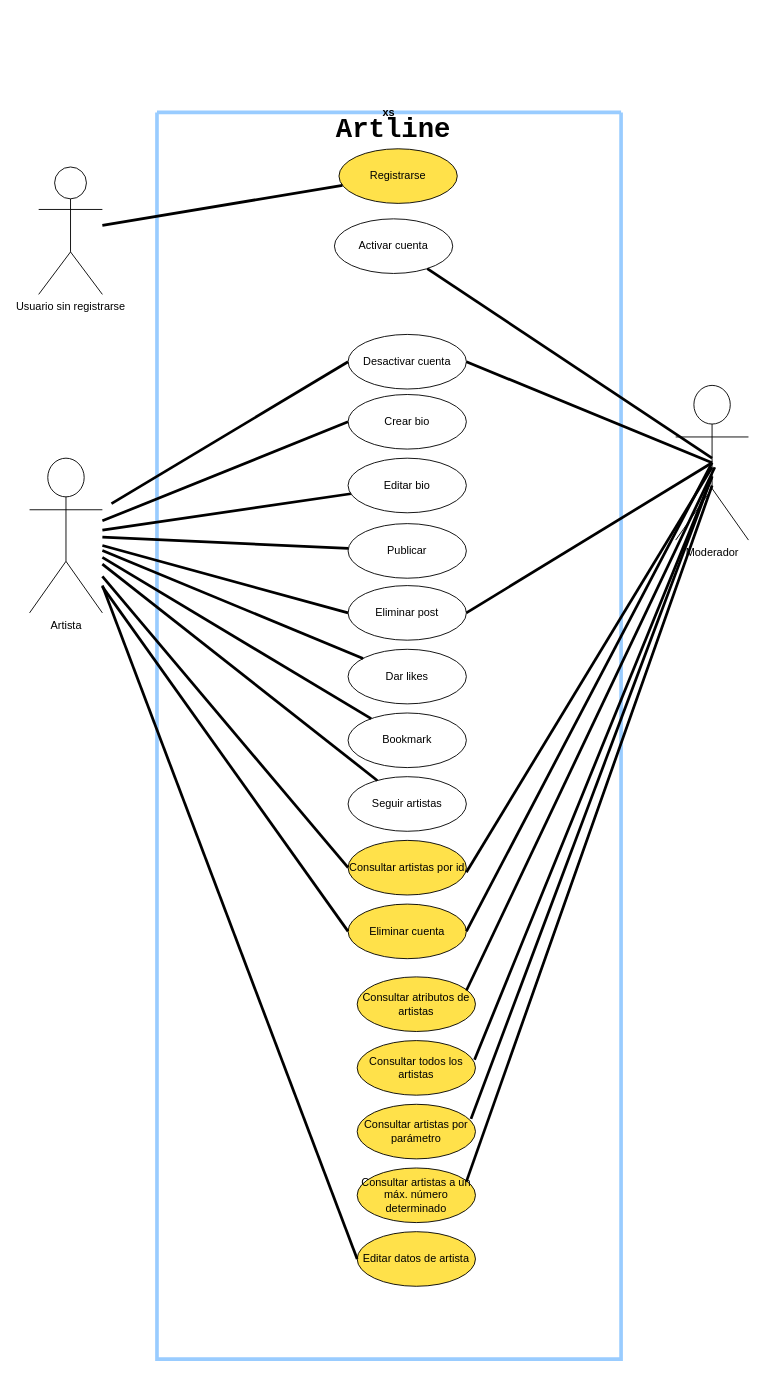
Earlier version of the draw.io diagram Casos_de_Uso.drawio (luismtapia/Artline-API). Source tidied: cells renumbered, new cells numbered last; positions are measured from the earlier drawing's top-left corner, leaving out a move shared by most shapes. Both pictures are drawn from the tidied source at 91%, with x=0, y=0 at pixel (29, 112).
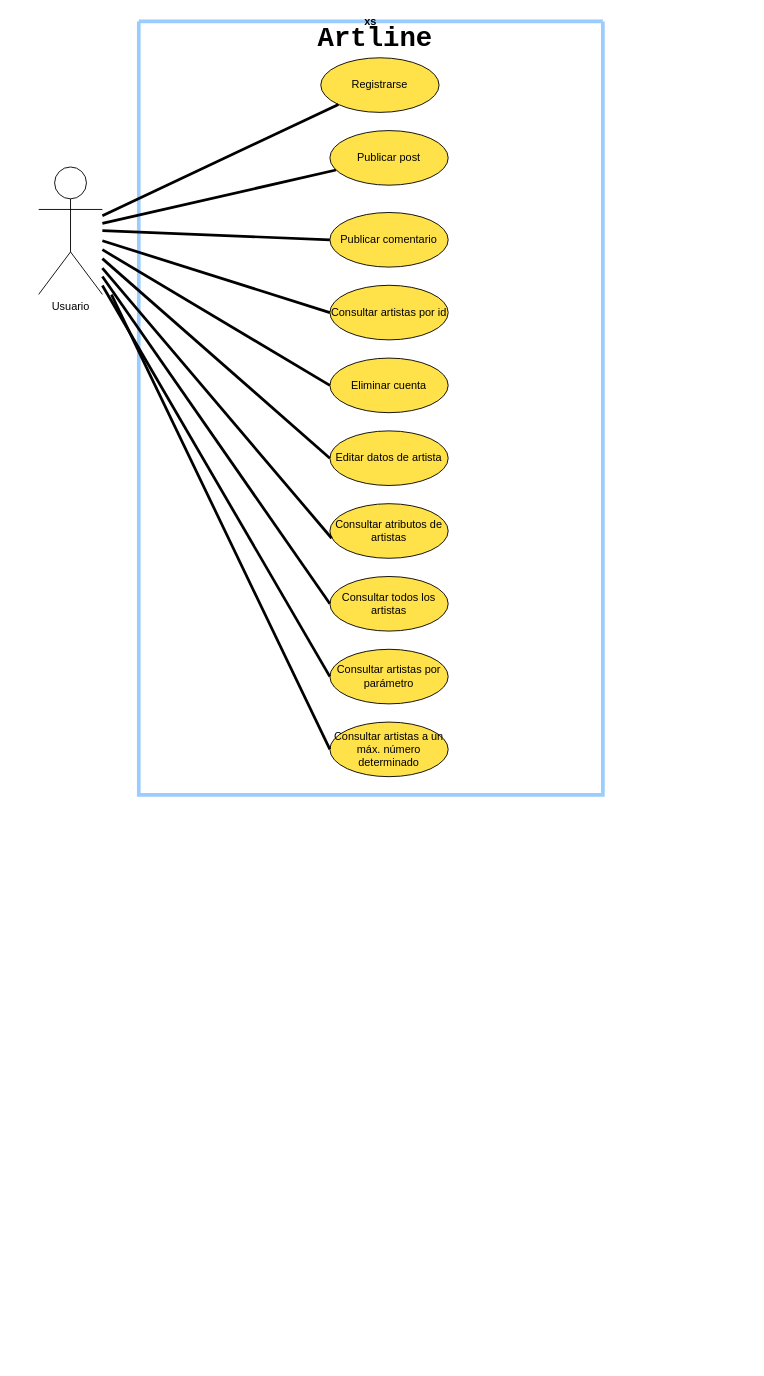
The same diagram, later.

Commit message:
Actualización de caso de uso

Diff of the diagram source:
```diff
@@
-    <mxCell id="2" value="Artista" style="shape=umlActor;verticalLabelPosition=bottom;verticalAlign=top;html=1;outlineConnect=0;" parent="1" vertex="1">
-      <mxGeometry y="380" width="80" height="170" as="geometry" />
-    </mxCell>
     <mxCell id="3" value="xs" style="swimlane;startSize=0;strokeWidth=4;fillColor=#99FFFF;strokeColor=#99CCFF;" parent="1" vertex="1">
-      <mxGeometry x="140" width="510" height="1370" as="geometry" />
+      <mxGeometry x="120" y="-100" width="510" height="850" as="geometry" />
     </mxCell>
@@
-    <mxCell id="5" value="Editar bio" style="ellipse;whiteSpace=wrap;html=1;fillColor=#FFFFFF;" parent="3" vertex="1">
-      <mxGeometry x="210" y="380" width="130" height="60" as="geometry" />
-    </mxCell>
-    <mxCell id="6" value="Eliminar post" style="ellipse;whiteSpace=wrap;html=1;" parent="3" vertex="1">
-      <mxGeometry x="210" y="520" width="130" height="60" as="geometry" />
+    <mxCell id="6" value="Publicar comentario" style="ellipse;whiteSpace=wrap;html=1;fillColor=#FFE14A;" parent="3" vertex="1">
+      <mxGeometry x="210" y="210" width="130" height="60" as="geometry" />
     </mxCell>
-    <mxCell id="7" value="Activar cuenta" style="ellipse;whiteSpace=wrap;html=1;" parent="3" vertex="1">
-      <mxGeometry x="195" y="117" width="130" height="60" as="geometry" />
-    </mxCell>
-    <mxCell id="8" value="Desactivar cuenta" style="ellipse;whiteSpace=wrap;html=1;" parent="3" vertex="1">
-      <mxGeometry x="210" y="244" width="130" height="60" as="geometry" />
-    </mxCell>
-    <mxCell id="9" value="Crear bio" style="ellipse;whiteSpace=wrap;html=1;" parent="3" vertex="1">
-      <mxGeometry x="210" y="310" width="130" height="60" as="geometry" />
-    </mxCell>
@@
-    <mxCell id="11" value="Publicar" style="ellipse;whiteSpace=wrap;html=1;" parent="3" vertex="1">
-      <mxGeometry x="210" y="451.9" width="130" height="60" as="geometry" />
+    <mxCell id="11" value="Publicar post" style="ellipse;whiteSpace=wrap;html=1;fillColor=#FFE14A;" parent="3" vertex="1">
+      <mxGeometry x="210" y="120" width="130" height="60" as="geometry" />
     </mxCell>
-    <mxCell id="12" value="Dar likes" style="ellipse;whiteSpace=wrap;html=1;" parent="3" vertex="1">
-      <mxGeometry x="210" y="590" width="130" height="60" as="geometry" />
-    </mxCell>
-    <mxCell id="13" value="Bookmark" style="ellipse;whiteSpace=wrap;html=1;" parent="3" vertex="1">
-      <mxGeometry x="210" y="660" width="130" height="60" as="geometry" />
-    </mxCell>
-    <mxCell id="14" value="Seguir artistas" style="ellipse;whiteSpace=wrap;html=1;" parent="3" vertex="1">
-      <mxGeometry x="210" y="730" width="130" height="60" as="geometry" />
-    </mxCell>
     <mxCell id="15" value="Eliminar cuenta" style="ellipse;whiteSpace=wrap;html=1;fillColor=#FFE14A;" parent="3" vertex="1">
-      <mxGeometry x="210" y="870" width="130" height="60" as="geometry" />
+      <mxGeometry x="210" y="370" width="130" height="60" as="geometry" />
     </mxCell>
     <mxCell id="16" value="Consultar atributos de artistas" style="ellipse;whiteSpace=wrap;html=1;fillColor=#FFE14A;" parent="3" vertex="1">
-      <mxGeometry x="220" y="950" width="130" height="60" as="geometry" />
+      <mxGeometry x="210" y="530" width="130" height="60" as="geometry" />
     </mxCell>
-    <mxCell id="17" style="rounded=0;orthogonalLoop=1;jettySize=auto;html=1;endArrow=none;endFill=0;strokeWidth=3;entryX=0.5;entryY=0.5;entryDx=0;entryDy=0;entryPerimeter=0;" parent="3" edge="1">
-      <mxGeometry relative="1" as="geometry">
-        <mxPoint x="340" y="965" as="sourcePoint" />
-        <mxPoint x="613" y="390" as="targetPoint" />
-      </mxGeometry>
-    </mxCell>
     <mxCell id="18" value="Consultar artistas por id" style="ellipse;whiteSpace=wrap;html=1;fillColor=#FFE14A;" parent="3" vertex="1">
-      <mxGeometry x="210" y="800" width="130" height="60" as="geometry" />
+      <mxGeometry x="210" y="290" width="130" height="60" as="geometry" />
     </mxCell>
     <mxCell id="19" value="Consultar todos los artistas" style="ellipse;whiteSpace=wrap;html=1;fillColor=#FFE14A;" parent="3" vertex="1">
-      <mxGeometry x="220" y="1020" width="130" height="60" as="geometry" />
+      <mxGeometry x="210" y="610" width="130" height="60" as="geometry" />
     </mxCell>
     <mxCell id="20" value="Consultar artistas por parámetro" style="ellipse;whiteSpace=wrap;html=1;fillColor=#FFE14A;" parent="3" vertex="1">
-      <mxGeometry x="220" y="1090" width="130" height="60" as="geometry" />
+      <mxGeometry x="210" y="690" width="130" height="60" as="geometry" />
     </mxCell>
     <mxCell id="21" value="Editar datos de artista" style="ellipse;whiteSpace=wrap;html=1;fillColor=#FFE14A;" parent="3" vertex="1">
-      <mxGeometry x="220" y="1230" width="130" height="60" as="geometry" />
+      <mxGeometry x="210" y="450" width="130" height="60" as="geometry" />
     </mxCell>
     <mxCell id="22" value="Consultar artistas a un máx. número determinado" style="ellipse;whiteSpace=wrap;html=1;fillColor=#FFE14A;" parent="3" vertex="1">
-      <mxGeometry x="220" y="1160" width="130" height="60" as="geometry" />
+      <mxGeometry x="210" y="770" width="130" height="60" as="geometry" />
     </mxCell>
-    <mxCell id="23" value="Moderador" style="shape=umlActor;verticalLabelPosition=bottom;verticalAlign=top;html=1;outlineConnect=0;" parent="1" vertex="1">
-      <mxGeometry x="710" y="300" width="80" height="170" as="geometry" />
-    </mxCell>
-    <mxCell id="24" style="rounded=0;jettySize=auto;html=1;exitX=0;exitY=0.5;exitDx=0;exitDy=0;endArrow=none;endFill=0;strokeWidth=3;" parent="1" edge="1" source="9" target="2">
-      <mxGeometry relative="1" as="geometry" />
-    </mxCell>
-    <mxCell id="25" style="rounded=0;jettySize=auto;html=1;endArrow=none;endFill=0;strokeWidth=3;" parent="1" edge="1" source="5" target="2">
-      <mxGeometry relative="1" as="geometry" />
-    </mxCell>
-    <mxCell id="26" style="rounded=0;jettySize=auto;html=1;exitX=0;exitY=0.5;exitDx=0;exitDy=0;endArrow=none;endFill=0;strokeWidth=3;" parent="1" edge="1" source="6" target="2">
-      <mxGeometry relative="1" as="geometry" />
+    <mxCell id="26" style="rounded=0;jettySize=auto;html=1;exitX=0;exitY=0.5;exitDx=0;exitDy=0;endArrow=none;endFill=0;strokeWidth=3;" parent="1" edge="1" source="6">
+      <mxGeometry relative="1" as="geometry">
+        <mxPoint x="80" y="130" as="targetPoint" />
+      </mxGeometry>
     </mxCell>
-    <mxCell id="27" style="rounded=0;jettySize=auto;html=1;endArrow=none;endFill=0;strokeWidth=3;exitX=0;exitY=0.5;exitDx=0;exitDy=0;" parent="1" edge="1" source="15" target="2">
+    <mxCell id="27" style="rounded=0;jettySize=auto;html=1;endArrow=none;endFill=0;strokeWidth=3;exitX=0;exitY=0.5;exitDx=0;exitDy=0;" parent="1" edge="1" source="15" target="33">
       <mxGeometry relative="1" as="geometry" />
     </mxCell>
-    <mxCell id="28" style="rounded=0;jettySize=auto;html=1;endArrow=none;endFill=0;strokeWidth=3;" parent="1" edge="1" source="7">
-      <mxGeometry relative="1" as="geometry">
-        <mxPoint x="750" y="380" as="targetPoint" />
-      </mxGeometry>
-    </mxCell>
-    <mxCell id="29" style="rounded=0;jettySize=auto;html=1;exitX=1;exitY=0.5;exitDx=0;exitDy=0;endArrow=none;endFill=0;strokeWidth=3;entryX=0.5;entryY=0.5;entryDx=0;entryDy=0;entryPerimeter=0;" parent="1" edge="1" source="15" target="23">
-      <mxGeometry relative="1" as="geometry" />
-    </mxCell>
-    <mxCell id="30" style="rounded=0;jettySize=auto;html=1;endArrow=none;endFill=0;strokeWidth=3;entryX=0.5;entryY=0.5;entryDx=0;entryDy=0;entryPerimeter=0;exitX=1;exitY=0.5;exitDx=0;exitDy=0;" parent="1" edge="1" source="8" target="23">
-      <mxGeometry relative="1" as="geometry" />
-    </mxCell>
-    <mxCell id="31" style="rounded=0;jettySize=auto;html=1;exitX=1;exitY=0.5;exitDx=0;exitDy=0;endArrow=none;endFill=0;strokeWidth=3;entryX=0.5;entryY=0.5;entryDx=0;entryDy=0;entryPerimeter=0;" parent="1" edge="1" source="6" target="23">
-      <mxGeometry relative="1" as="geometry" />
-    </mxCell>
@@
-    <mxCell id="33" value="Usuario sin registrarse&lt;br&gt;" style="shape=umlActor;verticalLabelPosition=bottom;verticalAlign=top;html=1;outlineConnect=0;" parent="1" vertex="1">
+    <mxCell id="33" value="Usuario" style="shape=umlActor;verticalLabelPosition=bottom;verticalAlign=top;html=1;outlineConnect=0;" parent="1" vertex="1">
       <mxGeometry x="10" y="60" width="70" height="140" as="geometry" />
     </mxCell>
-    <mxCell id="34" style="rounded=0;jettySize=auto;html=1;exitX=0;exitY=0.5;exitDx=0;exitDy=0;endArrow=none;endFill=0;strokeWidth=3;" parent="1" edge="1" source="8">
-      <mxGeometry relative="1" as="geometry">
-        <mxPoint x="90" y="430" as="targetPoint" />
-      </mxGeometry>
-    </mxCell>
-    <mxCell id="35" style="rounded=0;jettySize=auto;html=1;endArrow=none;endFill=0;strokeWidth=3;" parent="1" edge="1" source="11" target="2">
+    <mxCell id="35" style="rounded=0;jettySize=auto;html=1;endArrow=none;endFill=0;strokeWidth=3;" parent="1" edge="1" source="11" target="33">
       <mxGeometry relative="1" as="geometry" />
     </mxCell>
-    <mxCell id="36" style="rounded=0;jettySize=auto;html=1;endArrow=none;endFill=0;strokeWidth=3;" parent="1" edge="1" source="12" target="2">
-      <mxGeometry relative="1" as="geometry" />
-    </mxCell>
-    <mxCell id="37" style="rounded=0;jettySize=auto;html=1;endArrow=none;endFill=0;strokeWidth=3;" parent="1" edge="1" source="13" target="2">
-      <mxGeometry relative="1" as="geometry" />
-    </mxCell>
-    <mxCell id="38" style="rounded=0;jettySize=auto;html=1;endArrow=none;endFill=0;strokeWidth=3;" parent="1" edge="1" source="14" target="2">
-      <mxGeometry relative="1" as="geometry" />
-    </mxCell>
-    <mxCell id="39" style="rounded=0;orthogonalLoop=1;jettySize=auto;html=1;exitX=1;exitY=0.5;exitDx=0;exitDy=0;endArrow=none;endFill=0;strokeWidth=3;" parent="1" edge="1">
-      <mxGeometry relative="1" as="geometry">
-        <mxPoint x="480" y="835" as="sourcePoint" />
-        <mxPoint x="750" y="390" as="targetPoint" />
-      </mxGeometry>
-    </mxCell>
-    <mxCell id="40" style="rounded=0;orthogonalLoop=1;jettySize=auto;html=1;endArrow=none;endFill=0;strokeWidth=3;" parent="1" edge="1">
-      <mxGeometry relative="1" as="geometry">
-        <mxPoint x="350" y="830" as="sourcePoint" />
-        <mxPoint x="80" y="510" as="targetPoint" />
-      </mxGeometry>
+    <mxCell id="40" style="rounded=0;jettySize=auto;html=1;endArrow=none;endFill=0;strokeWidth=3;exitX=0;exitY=0.5;exitDx=0;exitDy=0;" parent="1" edge="1" source="18" target="33">
+      <mxGeometry relative="1" as="geometry" />
     </mxCell>
-    <mxCell id="41" style="rounded=0;jettySize=auto;html=1;endArrow=none;endFill=0;strokeWidth=3;exitX=0.992;exitY=0.35;exitDx=0;exitDy=0;exitPerimeter=0;" parent="1" edge="1" source="19">
-      <mxGeometry relative="1" as="geometry">
-        <mxPoint x="750" y="400" as="targetPoint" />
-      </mxGeometry>
-    </mxCell>
-    <mxCell id="42" style="rounded=0;jettySize=auto;html=1;endArrow=none;endFill=0;strokeWidth=3;exitX=0.962;exitY=0.267;exitDx=0;exitDy=0;exitPerimeter=0;" parent="1" edge="1" source="20">
-      <mxGeometry relative="1" as="geometry">
-        <mxPoint x="750" y="400" as="targetPoint" />
-      </mxGeometry>
-    </mxCell>
-    <mxCell id="43" style="rounded=0;jettySize=auto;html=1;endArrow=none;endFill=0;strokeWidth=3;exitX=0.923;exitY=0.25;exitDx=0;exitDy=0;exitPerimeter=0;" parent="1" edge="1" source="22">
-      <mxGeometry relative="1" as="geometry">
-        <mxPoint x="750" y="410" as="targetPoint" />
-      </mxGeometry>
-    </mxCell>
-    <mxCell id="44" style="rounded=0;jettySize=auto;html=1;endArrow=none;endFill=0;strokeWidth=3;exitX=0;exitY=0.5;exitDx=0;exitDy=0;" parent="1" edge="1" source="21">
-      <mxGeometry relative="1" as="geometry">
-        <mxPoint x="80" y="520" as="targetPoint" />
-      </mxGeometry>
+    <mxCell id="44" style="rounded=0;jettySize=auto;html=1;endArrow=none;endFill=0;strokeWidth=3;exitX=0;exitY=0.5;exitDx=0;exitDy=0;" parent="1" edge="1" source="21" target="33">
+      <mxGeometry relative="1" as="geometry" />
     </mxCell>
+    <mxCell id="45" style="rounded=0;jettySize=auto;html=1;endArrow=none;endFill=0;strokeWidth=3;exitX=0.015;exitY=0.633;exitDx=0;exitDy=0;exitPerimeter=0;" parent="1" edge="1" source="16" target="33">
+      <mxGeometry relative="1" as="geometry" />
+    </mxCell>
+    <mxCell id="46" style="rounded=0;jettySize=auto;html=1;endArrow=none;endFill=0;strokeWidth=3;exitX=0;exitY=0.5;exitDx=0;exitDy=0;" parent="1" edge="1" source="19" target="33">
+      <mxGeometry relative="1" as="geometry" />
+    </mxCell>
+    <mxCell id="47" style="rounded=0;jettySize=auto;html=1;endArrow=none;endFill=0;strokeWidth=3;exitX=0;exitY=0.5;exitDx=0;exitDy=0;" parent="1" edge="1" source="20" target="33">
+      <mxGeometry relative="1" as="geometry" />
+    </mxCell>
+    <mxCell id="48" style="rounded=0;jettySize=auto;html=1;endArrow=none;endFill=0;strokeWidth=3;exitX=0;exitY=0.5;exitDx=0;exitDy=0;" parent="1" edge="1" source="22">
+      <mxGeometry relative="1" as="geometry">
+        <mxPoint x="90" y="200.2" as="targetPoint" />
+      </mxGeometry>
+    </mxCell>
```
